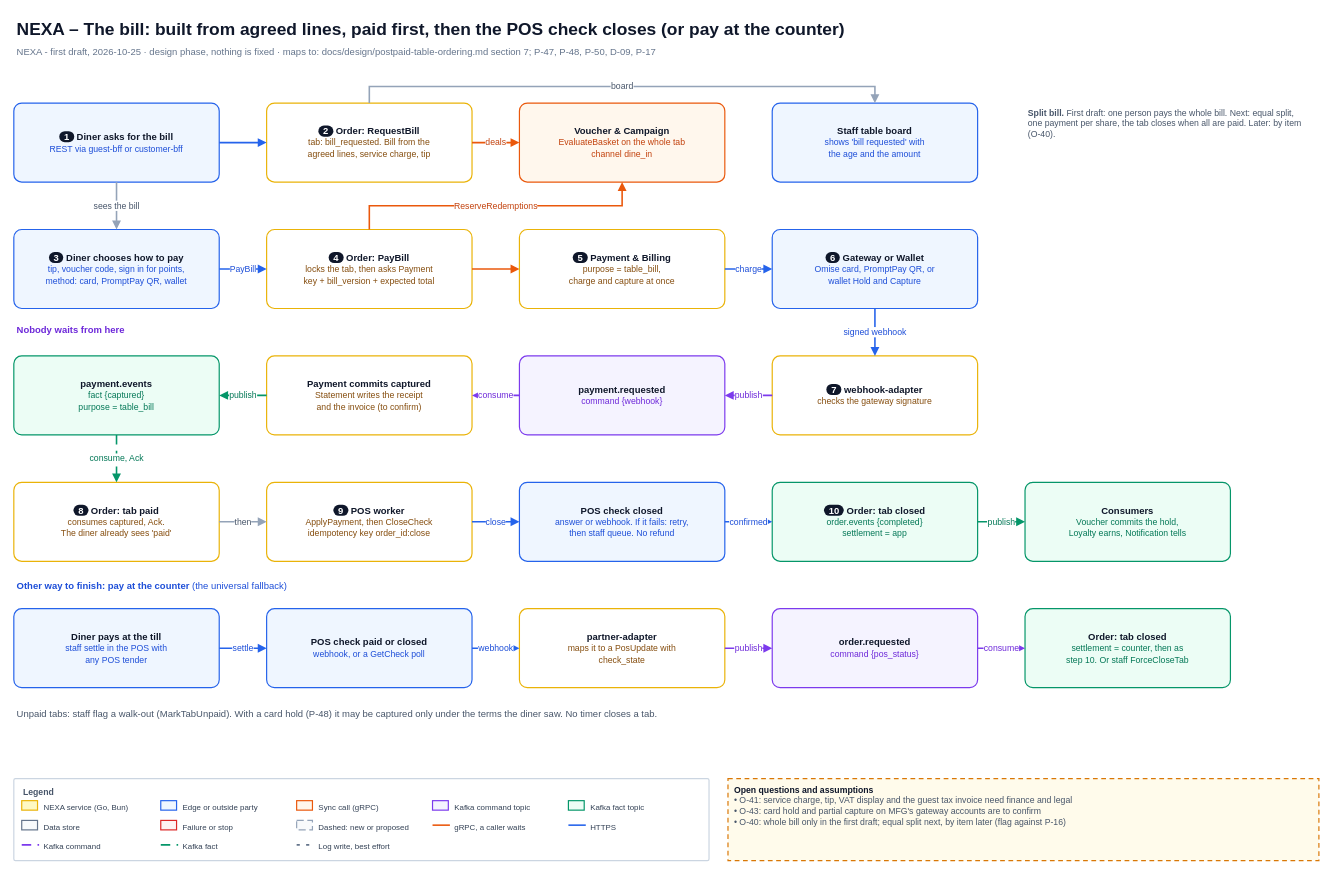
Before: page "4 Ask for the bill and pay at the end" (4 of 6) of diagrams/13-postpaid-table-ordering.drawio in Leakageonthelamp/nexa-platform-achitecture, a draw.io diagram. Source tidied: cells renumbered, new cells numbered last; positions are measured from the earlier drawing's top-left corner, leaving out a move shared by most shapes. Both pictures are drawn from the tidied source at 79%, with x=0, y=0 at pixel (13, 13).
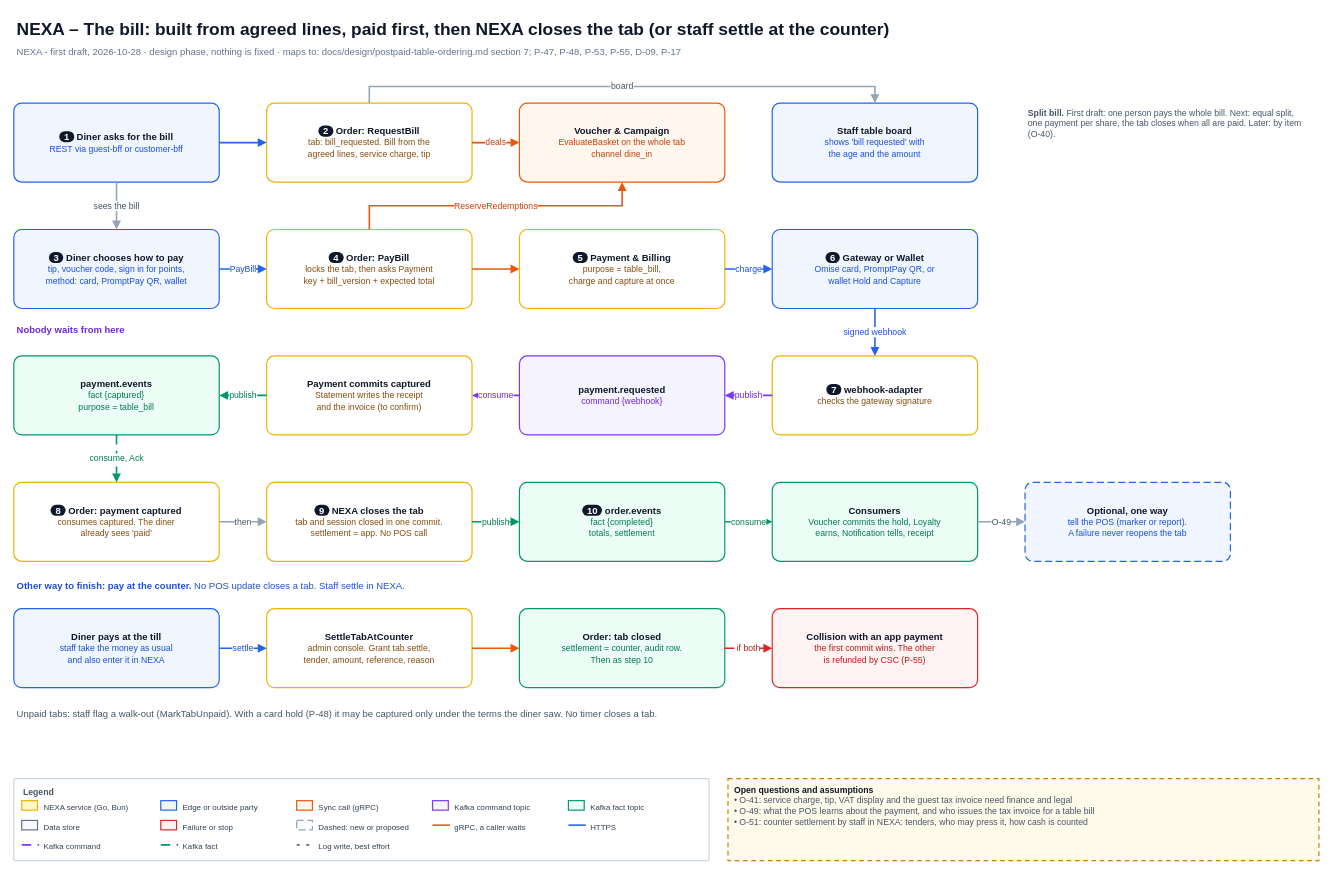
The same page after the edit.

Diff of the diagram source:
```diff
@@
-    <mxCell id="2" value="NEXA &amp;#8211; The bill: built from agreed lines, paid first, then the POS check closes (or pay at the counter)" style="html=1;whiteSpace=wrap;fontFamily=Helvetica;text;strokeColor=none;fillColor=none;align=left;verticalAlign=top;fontSize=22;fontColor=#0F172A;spacingLeft=2;spacingRight=2;spacingTop=0;spacingBottom=0;fontStyle=1;" parent="1" vertex="1">
+    <mxCell id="2" value="NEXA &amp;#8211; The bill: built from agreed lines, paid first, then NEXA closes the tab (or staff settle at the counter)" style="html=1;whiteSpace=wrap;fontFamily=Helvetica;text;strokeColor=none;fillColor=none;align=left;verticalAlign=top;fontSize=22;fontColor=#0F172A;spacingLeft=2;spacingRight=2;spacingTop=0;spacingBottom=0;fontStyle=1;" parent="1" vertex="1">
       <mxGeometry width="1652" height="32" as="geometry" />
     </mxCell>
-    <mxCell id="3" value="NEXA - first draft, 2026-10-25 &amp;#183; design phase, nothing is fixed &amp;#183; maps to: docs/design/postpaid-table-ordering.md section 7; P-47, P-48, P-50, D-09, P-17" style="html=1;whiteSpace=wrap;fontFamily=Helvetica;text;strokeColor=none;fillColor=none;align=left;verticalAlign=top;fontSize=12;fontColor=#64748B;spacingLeft=2;spacingRight=2;spacingTop=0;spacingBottom=0;" parent="1" vertex="1">
+    <mxCell id="3" value="NEXA - first draft, 2026-10-28 &amp;#183; design phase, nothing is fixed &amp;#183; maps to: docs/design/postpaid-table-ordering.md section 7; P-47, P-48, P-53, P-55, D-09, P-17" style="html=1;whiteSpace=wrap;fontFamily=Helvetica;text;strokeColor=none;fillColor=none;align=left;verticalAlign=top;fontSize=12;fontColor=#64748B;spacingLeft=2;spacingRight=2;spacingTop=0;spacingBottom=0;" parent="1" vertex="1">
       <mxGeometry y="34" width="1652" height="22" as="geometry" />
     </mxCell>
@@
-    <mxCell id="31" value="&lt;b&gt;Open questions and assumptions&lt;/b&gt;&lt;br&gt;&lt;font style=&quot;font-size:11px&quot; color=&quot;#475569&quot;&gt;&amp;#8226; O-41: service charge, tip, VAT display and the guest tax invoice need finance and legal&lt;br&gt;&amp;#8226; O-43: card hold and partial capture on MFG's gateway accounts are to confirm&lt;br&gt;&amp;#8226; O-40: whole bill only in the first draft; equal split next, by item later (flag against P-16)&lt;/font&gt;" style="html=1;whiteSpace=wrap;fontFamily=Helvetica;rounded=0;fontSize=11;fontColor=#0F172A;strokeColor=#CBD5E1;fillColor=#FFFFFF;strokeWidth=1.5;align=left;verticalAlign=top;spacingLeft=6;spacingRight=6;spacingTop=2;spacingBottom=2;dashed=1;dashPattern=4 3;fillColor=#FFFBEB;strokeColor=#D97706;" parent="1" vertex="1">
+    <mxCell id="31" value="&lt;b&gt;Open questions and assumptions&lt;/b&gt;&lt;br&gt;&lt;font style=&quot;font-size:11px&quot; color=&quot;#475569&quot;&gt;&amp;#8226; O-41: service charge, tip, VAT display and the guest tax invoice need finance and legal&lt;br&gt;&amp;#8226; O-49: what the POS learns about the payment, and who issues the tax invoice for a table bill&lt;br&gt;&amp;#8226; O-51: counter settlement by staff in NEXA: tenders, who may press it, how cash is counted&lt;/font&gt;" style="html=1;whiteSpace=wrap;fontFamily=Helvetica;rounded=0;fontSize=11;fontColor=#0F172A;strokeColor=#CBD5E1;fillColor=#FFFFFF;strokeWidth=1.5;align=left;verticalAlign=top;spacingLeft=6;spacingRight=6;spacingTop=2;spacingBottom=2;dashed=1;dashPattern=4 3;fillColor=#FFFBEB;strokeColor=#D97706;" parent="1" vertex="1">
       <mxGeometry x="904" y="968" width="748" height="104" as="geometry" />
     </mxCell>
@@
-    <mxCell id="57" value="&lt;b style=&quot;background-color:#0F172A;color:#FFFFFF;border-radius:9px;padding:0px 6px;&quot;&gt;8&lt;/b&gt;&amp;nbsp;&lt;b&gt;Order: tab paid&lt;/b&gt;&lt;br&gt;&lt;font style=&quot;font-size:11px&quot; color=&quot;#854D0E&quot;&gt;consumes captured, Ack.&lt;/font&gt;&lt;br&gt;&lt;font style=&quot;font-size:11px&quot; color=&quot;#854D0E&quot;&gt;The diner already sees 'paid'&lt;/font&gt;" style="html=1;whiteSpace=wrap;fontFamily=Helvetica;rounded=1;arcSize=10;fontSize=12;fontColor=#0F172A;strokeColor=#EAB308;fillColor=#FFFFFF;strokeWidth=1.5;align=center;verticalAlign=middle;spacingLeft=6;spacingRight=6;spacingTop=2;spacingBottom=2;" parent="1" vertex="1">
+    <mxCell id="57" value="&lt;b style=&quot;background-color:#0F172A;color:#FFFFFF;border-radius:9px;padding:0px 6px;&quot;&gt;8&lt;/b&gt;&amp;nbsp;&lt;b&gt;Order: payment captured&lt;/b&gt;&lt;br&gt;&lt;font style=&quot;font-size:11px&quot; color=&quot;#854D0E&quot;&gt;consumes captured. The diner&lt;/font&gt;&lt;br&gt;&lt;font style=&quot;font-size:11px&quot; color=&quot;#854D0E&quot;&gt;already sees 'paid'&lt;/font&gt;" style="html=1;whiteSpace=wrap;fontFamily=Helvetica;rounded=1;arcSize=10;fontSize=12;fontColor=#0F172A;strokeColor=#EAB308;fillColor=#FFFFFF;strokeWidth=1.5;align=center;verticalAlign=middle;spacingLeft=6;spacingRight=6;spacingTop=2;spacingBottom=2;" parent="1" vertex="1">
       <mxGeometry y="593" width="260" height="100" as="geometry" />
     </mxCell>
-    <mxCell id="58" value="&lt;b style=&quot;background-color:#0F172A;color:#FFFFFF;border-radius:9px;padding:0px 6px;&quot;&gt;9&lt;/b&gt;&amp;nbsp;&lt;b&gt;POS worker&lt;/b&gt;&lt;br&gt;&lt;font style=&quot;font-size:11px&quot; color=&quot;#854D0E&quot;&gt;ApplyPayment, then CloseCheck&lt;/font&gt;&lt;br&gt;&lt;font style=&quot;font-size:11px&quot; color=&quot;#854D0E&quot;&gt;idempotency key order_id:close&lt;/font&gt;" style="html=1;whiteSpace=wrap;fontFamily=Helvetica;rounded=1;arcSize=10;fontSize=12;fontColor=#0F172A;strokeColor=#EAB308;fillColor=#FFFFFF;strokeWidth=1.5;align=center;verticalAlign=middle;spacingLeft=6;spacingRight=6;spacingTop=2;spacingBottom=2;" parent="1" vertex="1">
+    <mxCell id="58" value="&lt;b style=&quot;background-color:#0F172A;color:#FFFFFF;border-radius:9px;padding:0px 6px;&quot;&gt;9&lt;/b&gt;&amp;nbsp;&lt;b&gt;NEXA closes the tab&lt;/b&gt;&lt;br&gt;&lt;font style=&quot;font-size:11px&quot; color=&quot;#854D0E&quot;&gt;tab and session closed in one commit.&lt;/font&gt;&lt;br&gt;&lt;font style=&quot;font-size:11px&quot; color=&quot;#854D0E&quot;&gt;settlement = app. No POS call&lt;/font&gt;" style="html=1;whiteSpace=wrap;fontFamily=Helvetica;rounded=1;arcSize=10;fontSize=12;fontColor=#0F172A;strokeColor=#EAB308;fillColor=#FFFFFF;strokeWidth=1.5;align=center;verticalAlign=middle;spacingLeft=6;spacingRight=6;spacingTop=2;spacingBottom=2;" parent="1" vertex="1">
       <mxGeometry x="320" y="593" width="260" height="100" as="geometry" />
     </mxCell>
-    <mxCell id="59" value="&lt;b&gt;POS check closed&lt;/b&gt;&lt;br&gt;&lt;font style=&quot;font-size:11px&quot; color=&quot;#1D4ED8&quot;&gt;answer or webhook. If it fails: retry,&lt;/font&gt;&lt;br&gt;&lt;font style=&quot;font-size:11px&quot; color=&quot;#1D4ED8&quot;&gt;then staff queue. No refund&lt;/font&gt;" style="html=1;whiteSpace=wrap;fontFamily=Helvetica;rounded=1;arcSize=10;fontSize=12;fontColor=#0F172A;strokeColor=#2563EB;fillColor=#EFF6FF;strokeWidth=1.5;align=center;verticalAlign=middle;spacingLeft=6;spacingRight=6;spacingTop=2;spacingBottom=2;" parent="1" vertex="1">
+    <mxCell id="59" value="&lt;b style=&quot;background-color:#0F172A;color:#FFFFFF;border-radius:9px;padding:0px 6px;&quot;&gt;10&lt;/b&gt;&amp;nbsp;&lt;b&gt;order.events&lt;/b&gt;&lt;br&gt;&lt;font style=&quot;font-size:11px&quot; color=&quot;#047857&quot;&gt;fact {completed}&lt;/font&gt;&lt;br&gt;&lt;font style=&quot;font-size:11px&quot; color=&quot;#047857&quot;&gt;totals, settlement&lt;/font&gt;" style="html=1;whiteSpace=wrap;fontFamily=Helvetica;rounded=1;arcSize=10;fontSize=12;fontColor=#0F172A;strokeColor=#059669;fillColor=#ECFDF5;strokeWidth=1.5;align=center;verticalAlign=middle;spacingLeft=6;spacingRight=6;spacingTop=2;spacingBottom=2;" parent="1" vertex="1">
       <mxGeometry x="640" y="593" width="260" height="100" as="geometry" />
     </mxCell>
-    <mxCell id="60" value="&lt;b style=&quot;background-color:#0F172A;color:#FFFFFF;border-radius:9px;padding:0px 6px;&quot;&gt;10&lt;/b&gt;&amp;nbsp;&lt;b&gt;Order: tab closed&lt;/b&gt;&lt;br&gt;&lt;font style=&quot;font-size:11px&quot; color=&quot;#047857&quot;&gt;order.events {completed}&lt;/font&gt;&lt;br&gt;&lt;font style=&quot;font-size:11px&quot; color=&quot;#047857&quot;&gt;settlement = app&lt;/font&gt;" style="html=1;whiteSpace=wrap;fontFamily=Helvetica;rounded=1;arcSize=10;fontSize=12;fontColor=#0F172A;strokeColor=#059669;fillColor=#ECFDF5;strokeWidth=1.5;align=center;verticalAlign=middle;spacingLeft=6;spacingRight=6;spacingTop=2;spacingBottom=2;" parent="1" vertex="1">
+    <mxCell id="60" value="&lt;b&gt;Consumers&lt;/b&gt;&lt;br&gt;&lt;font style=&quot;font-size:11px&quot; color=&quot;#047857&quot;&gt;Voucher commits the hold, Loyalty&lt;/font&gt;&lt;br&gt;&lt;font style=&quot;font-size:11px&quot; color=&quot;#047857&quot;&gt;earns, Notification tells, receipt&lt;/font&gt;" style="html=1;whiteSpace=wrap;fontFamily=Helvetica;rounded=1;arcSize=10;fontSize=12;fontColor=#0F172A;strokeColor=#059669;fillColor=#ECFDF5;strokeWidth=1.5;align=center;verticalAlign=middle;spacingLeft=6;spacingRight=6;spacingTop=2;spacingBottom=2;" parent="1" vertex="1">
       <mxGeometry x="960" y="593" width="260" height="100" as="geometry" />
     </mxCell>
-    <mxCell id="61" value="&lt;b&gt;Consumers&lt;/b&gt;&lt;br&gt;&lt;font style=&quot;font-size:11px&quot; color=&quot;#047857&quot;&gt;Voucher commits the hold,&lt;/font&gt;&lt;br&gt;&lt;font style=&quot;font-size:11px&quot; color=&quot;#047857&quot;&gt;Loyalty earns, Notification tells&lt;/font&gt;" style="html=1;whiteSpace=wrap;fontFamily=Helvetica;rounded=1;arcSize=10;fontSize=12;fontColor=#0F172A;strokeColor=#059669;fillColor=#ECFDF5;strokeWidth=1.5;align=center;verticalAlign=middle;spacingLeft=6;spacingRight=6;spacingTop=2;spacingBottom=2;" parent="1" vertex="1">
-      <mxGeometry x="1280" y="593" width="260" height="100" as="geometry" />
-    </mxCell>
@@
-    <mxCell id="64" value="close" style="edgeStyle=orthogonalEdgeStyle;rounded=0;html=1;fontFamily=Helvetica;fontSize=11;fontColor=#1D4ED8;strokeColor=#2563EB;strokeWidth=2;endArrow=block;endFill=1;endSize=6;labelBackgroundColor=#FFFFFF;exitX=1.0000;exitY=0.5000;exitDx=0;exitDy=0;entryX=0.0000;entryY=0.5000;entryDx=0;entryDy=0;jettySize=auto;" parent="1" edge="1" source="58" target="59">
+    <mxCell id="64" value="publish" style="edgeStyle=orthogonalEdgeStyle;rounded=0;html=1;fontFamily=Helvetica;fontSize=11;fontColor=#047857;strokeColor=#059669;strokeWidth=2;endArrow=block;endFill=1;endSize=6;labelBackgroundColor=#FFFFFF;exitX=1.0000;exitY=0.5000;exitDx=0;exitDy=0;entryX=0.0000;entryY=0.5000;entryDx=0;entryDy=0;jettySize=auto;dashed=1;dashPattern=6 4;" parent="1" edge="1" source="58" target="59">
       <mxGeometry relative="1" as="geometry" />
     </mxCell>
-    <mxCell id="65" value="confirmed" style="edgeStyle=orthogonalEdgeStyle;rounded=0;html=1;fontFamily=Helvetica;fontSize=11;fontColor=#1D4ED8;strokeColor=#2563EB;strokeWidth=2;endArrow=block;endFill=1;endSize=6;labelBackgroundColor=#FFFFFF;exitX=1.0000;exitY=0.5000;exitDx=0;exitDy=0;entryX=0.0000;entryY=0.5000;entryDx=0;entryDy=0;jettySize=auto;" parent="1" edge="1" source="59" target="60">
+    <mxCell id="65" value="consume" style="edgeStyle=orthogonalEdgeStyle;rounded=0;html=1;fontFamily=Helvetica;fontSize=11;fontColor=#047857;strokeColor=#059669;strokeWidth=2;endArrow=block;endFill=1;endSize=6;labelBackgroundColor=#FFFFFF;exitX=1.0000;exitY=0.5000;exitDx=0;exitDy=0;entryX=0.0000;entryY=0.5000;entryDx=0;entryDy=0;jettySize=auto;dashed=1;dashPattern=6 4;" parent="1" edge="1" source="59" target="60">
       <mxGeometry relative="1" as="geometry" />
     </mxCell>
+    <mxCell id="61" value="&lt;b&gt;Optional, one way&lt;/b&gt;&lt;br&gt;&lt;font style=&quot;font-size:11px&quot; color=&quot;#1D4ED8&quot;&gt;tell the POS (marker or report).&lt;/font&gt;&lt;br&gt;&lt;font style=&quot;font-size:11px&quot; color=&quot;#1D4ED8&quot;&gt;A failure never reopens the tab&lt;/font&gt;" style="html=1;whiteSpace=wrap;fontFamily=Helvetica;rounded=1;arcSize=10;fontSize=12;fontColor=#0F172A;strokeColor=#2563EB;fillColor=#EFF6FF;strokeWidth=1.5;align=center;verticalAlign=middle;spacingLeft=6;spacingRight=6;spacingTop=2;spacingBottom=2;dashed=1;dashPattern=6 3;" parent="1" vertex="1">
+      <mxGeometry x="1280" y="593" width="260" height="100" as="geometry" />
+    </mxCell>
-    <mxCell id="66" value="publish" style="edgeStyle=orthogonalEdgeStyle;rounded=0;html=1;fontFamily=Helvetica;fontSize=11;fontColor=#047857;strokeColor=#059669;strokeWidth=2;endArrow=block;endFill=1;endSize=6;labelBackgroundColor=#FFFFFF;exitX=1.0000;exitY=0.5000;exitDx=0;exitDy=0;entryX=0.0000;entryY=0.5000;entryDx=0;entryDy=0;jettySize=auto;dashed=1;dashPattern=6 4;" parent="1" edge="1" source="60" target="61">
+    <mxCell id="66" value="O-49" style="edgeStyle=orthogonalEdgeStyle;rounded=0;html=1;fontFamily=Helvetica;fontSize=11;fontColor=#475569;strokeColor=#94A3B8;strokeWidth=2;endArrow=block;endFill=1;endSize=6;labelBackgroundColor=#FFFFFF;exitX=1.0000;exitY=0.5000;exitDx=0;exitDy=0;entryX=0.0000;entryY=0.5000;entryDx=0;entryDy=0;jettySize=auto;dashed=1;dashPattern=True;" parent="1" edge="1" source="60" target="61">
       <mxGeometry relative="1" as="geometry" />
     </mxCell>
-    <mxCell id="67" value="&lt;b&gt;Other way to finish: pay at the counter&lt;/b&gt; (the universal fallback)" style="html=1;whiteSpace=wrap;fontFamily=Helvetica;text;strokeColor=none;fillColor=none;align=left;verticalAlign=top;fontSize=12;fontColor=#1D4ED8;spacingLeft=2;spacingRight=2;spacingTop=0;spacingBottom=0;" parent="1" vertex="1">
-      <mxGeometry y="710" width="700" height="22" as="geometry" />
+    <mxCell id="67" value="&lt;b&gt;Other way to finish: pay at the counter.&lt;/b&gt; No POS update closes a tab. Staff settle in NEXA." style="html=1;whiteSpace=wrap;fontFamily=Helvetica;text;strokeColor=none;fillColor=none;align=left;verticalAlign=top;fontSize=12;fontColor=#1D4ED8;spacingLeft=2;spacingRight=2;spacingTop=0;spacingBottom=0;" parent="1" vertex="1">
+      <mxGeometry y="710" width="900" height="22" as="geometry" />
     </mxCell>
-    <mxCell id="68" value="&lt;b&gt;Diner pays at the till&lt;/b&gt;&lt;br&gt;&lt;font style=&quot;font-size:11px&quot; color=&quot;#1D4ED8&quot;&gt;staff settle in the POS with&lt;/font&gt;&lt;br&gt;&lt;font style=&quot;font-size:11px&quot; color=&quot;#1D4ED8&quot;&gt;any POS tender&lt;/font&gt;" style="html=1;whiteSpace=wrap;fontFamily=Helvetica;rounded=1;arcSize=10;fontSize=12;fontColor=#0F172A;strokeColor=#2563EB;fillColor=#EFF6FF;strokeWidth=1.5;align=center;verticalAlign=middle;spacingLeft=6;spacingRight=6;spacingTop=2;spacingBottom=2;" parent="1" vertex="1">
+    <mxCell id="68" value="&lt;b&gt;Diner pays at the till&lt;/b&gt;&lt;br&gt;&lt;font style=&quot;font-size:11px&quot; color=&quot;#1D4ED8&quot;&gt;staff take the money as usual&lt;/font&gt;&lt;br&gt;&lt;font style=&quot;font-size:11px&quot; color=&quot;#1D4ED8&quot;&gt;and also enter it in NEXA&lt;/font&gt;" style="html=1;whiteSpace=wrap;fontFamily=Helvetica;rounded=1;arcSize=10;fontSize=12;fontColor=#0F172A;strokeColor=#2563EB;fillColor=#EFF6FF;strokeWidth=1.5;align=center;verticalAlign=middle;spacingLeft=6;spacingRight=6;spacingTop=2;spacingBottom=2;" parent="1" vertex="1">
       <mxGeometry y="753" width="260" height="100" as="geometry" />
     </mxCell>
-    <mxCell id="69" value="&lt;b&gt;POS check paid or closed&lt;/b&gt;&lt;br&gt;&lt;font style=&quot;font-size:11px&quot; color=&quot;#1D4ED8&quot;&gt;webhook, or a GetCheck poll&lt;/font&gt;" style="html=1;whiteSpace=wrap;fontFamily=Helvetica;rounded=1;arcSize=10;fontSize=12;fontColor=#0F172A;strokeColor=#2563EB;fillColor=#EFF6FF;strokeWidth=1.5;align=center;verticalAlign=middle;spacingLeft=6;spacingRight=6;spacingTop=2;spacingBottom=2;" parent="1" vertex="1">
+    <mxCell id="69" value="&lt;b&gt;SettleTabAtCounter&lt;/b&gt;&lt;br&gt;&lt;font style=&quot;font-size:11px&quot; color=&quot;#854D0E&quot;&gt;admin console. Grant tab.settle,&lt;/font&gt;&lt;br&gt;&lt;font style=&quot;font-size:11px&quot; color=&quot;#854D0E&quot;&gt;tender, amount, reference, reason&lt;/font&gt;" style="html=1;whiteSpace=wrap;fontFamily=Helvetica;rounded=1;arcSize=10;fontSize=12;fontColor=#0F172A;strokeColor=#EAB308;fillColor=#FFFFFF;strokeWidth=1.5;align=center;verticalAlign=middle;spacingLeft=6;spacingRight=6;spacingTop=2;spacingBottom=2;" parent="1" vertex="1">
       <mxGeometry x="320" y="753" width="260" height="100" as="geometry" />
     </mxCell>
-    <mxCell id="70" value="&lt;b&gt;partner-adapter&lt;/b&gt;&lt;br&gt;&lt;font style=&quot;font-size:11px&quot; color=&quot;#854D0E&quot;&gt;maps it to a PosUpdate with&lt;/font&gt;&lt;br&gt;&lt;font style=&quot;font-size:11px&quot; color=&quot;#854D0E&quot;&gt;check_state&lt;/font&gt;" style="html=1;whiteSpace=wrap;fontFamily=Helvetica;rounded=1;arcSize=10;fontSize=12;fontColor=#0F172A;strokeColor=#EAB308;fillColor=#FFFFFF;strokeWidth=1.5;align=center;verticalAlign=middle;spacingLeft=6;spacingRight=6;spacingTop=2;spacingBottom=2;" parent="1" vertex="1">
+    <mxCell id="70" value="&lt;b&gt;Order: tab closed&lt;/b&gt;&lt;br&gt;&lt;font style=&quot;font-size:11px&quot; color=&quot;#047857&quot;&gt;settlement = counter, audit row.&lt;/font&gt;&lt;br&gt;&lt;font style=&quot;font-size:11px&quot; color=&quot;#047857&quot;&gt;Then as step 10&lt;/font&gt;" style="html=1;whiteSpace=wrap;fontFamily=Helvetica;rounded=1;arcSize=10;fontSize=12;fontColor=#0F172A;strokeColor=#059669;fillColor=#ECFDF5;strokeWidth=1.5;align=center;verticalAlign=middle;spacingLeft=6;spacingRight=6;spacingTop=2;spacingBottom=2;" parent="1" vertex="1">
       <mxGeometry x="640" y="753" width="260" height="100" as="geometry" />
     </mxCell>
-    <mxCell id="71" value="&lt;b&gt;order.requested&lt;/b&gt;&lt;br&gt;&lt;font style=&quot;font-size:11px&quot; color=&quot;#6D28D9&quot;&gt;command {pos_status}&lt;/font&gt;" style="html=1;whiteSpace=wrap;fontFamily=Helvetica;rounded=1;arcSize=10;fontSize=12;fontColor=#0F172A;strokeColor=#7C3AED;fillColor=#F5F3FF;strokeWidth=1.5;align=center;verticalAlign=middle;spacingLeft=6;spacingRight=6;spacingTop=2;spacingBottom=2;" parent="1" vertex="1">
+    <mxCell id="71" value="&lt;b&gt;Collision with an app payment&lt;/b&gt;&lt;br&gt;&lt;font style=&quot;font-size:11px&quot; color=&quot;#B91C1C&quot;&gt;the first commit wins. The other&lt;/font&gt;&lt;br&gt;&lt;font style=&quot;font-size:11px&quot; color=&quot;#B91C1C&quot;&gt;is refunded by CSC (P-55)&lt;/font&gt;" style="html=1;whiteSpace=wrap;fontFamily=Helvetica;rounded=1;arcSize=10;fontSize=12;fontColor=#0F172A;strokeColor=#DC2626;fillColor=#FEF2F2;strokeWidth=1.5;align=center;verticalAlign=middle;spacingLeft=6;spacingRight=6;spacingTop=2;spacingBottom=2;" parent="1" vertex="1">
       <mxGeometry x="960" y="753" width="260" height="100" as="geometry" />
     </mxCell>
-    <mxCell id="72" value="&lt;b&gt;Order: tab closed&lt;/b&gt;&lt;br&gt;&lt;font style=&quot;font-size:11px&quot; color=&quot;#047857&quot;&gt;settlement = counter, then as&lt;/font&gt;&lt;br&gt;&lt;font style=&quot;font-size:11px&quot; color=&quot;#047857&quot;&gt;step 10. Or staff ForceCloseTab&lt;/font&gt;" style="html=1;whiteSpace=wrap;fontFamily=Helvetica;rounded=1;arcSize=10;fontSize=12;fontColor=#0F172A;strokeColor=#059669;fillColor=#ECFDF5;strokeWidth=1.5;align=center;verticalAlign=middle;spacingLeft=6;spacingRight=6;spacingTop=2;spacingBottom=2;" parent="1" vertex="1">
-      <mxGeometry x="1280" y="753" width="260" height="100" as="geometry" />
-    </mxCell>
@@
-    <mxCell id="74" value="webhook" style="edgeStyle=orthogonalEdgeStyle;rounded=0;html=1;fontFamily=Helvetica;fontSize=11;fontColor=#1D4ED8;strokeColor=#2563EB;strokeWidth=2;endArrow=block;endFill=1;endSize=6;labelBackgroundColor=#FFFFFF;exitX=1.0000;exitY=0.5000;exitDx=0;exitDy=0;entryX=0.0000;entryY=0.5000;entryDx=0;entryDy=0;jettySize=auto;" parent="1" edge="1" source="69" target="70">
+    <mxCell id="74" style="edgeStyle=orthogonalEdgeStyle;rounded=0;html=1;fontFamily=Helvetica;fontSize=11;fontColor=#C2410C;strokeColor=#EA580C;strokeWidth=2;endArrow=block;endFill=1;endSize=6;labelBackgroundColor=#FFFFFF;exitX=1.0000;exitY=0.5000;exitDx=0;exitDy=0;entryX=0.0000;entryY=0.5000;entryDx=0;entryDy=0;jettySize=auto;" parent="1" edge="1" source="69" target="70">
       <mxGeometry relative="1" as="geometry" />
     </mxCell>
-    <mxCell id="75" value="publish" style="edgeStyle=orthogonalEdgeStyle;rounded=0;html=1;fontFamily=Helvetica;fontSize=11;fontColor=#6D28D9;strokeColor=#7C3AED;strokeWidth=2;endArrow=block;endFill=1;endSize=6;labelBackgroundColor=#FFFFFF;exitX=1.0000;exitY=0.5000;exitDx=0;exitDy=0;entryX=0.0000;entryY=0.5000;entryDx=0;entryDy=0;jettySize=auto;dashed=1;dashPattern=6 4;" parent="1" edge="1" source="70" target="71">
+    <mxCell id="75" value="if both" style="edgeStyle=orthogonalEdgeStyle;rounded=0;html=1;fontFamily=Helvetica;fontSize=11;fontColor=#B91C1C;strokeColor=#DC2626;strokeWidth=2;endArrow=block;endFill=1;endSize=6;labelBackgroundColor=#FFFFFF;exitX=1.0000;exitY=0.5000;exitDx=0;exitDy=0;entryX=0.0000;entryY=0.5000;entryDx=0;entryDy=0;jettySize=auto;dashed=1;dashPattern=6 4;" parent="1" edge="1" source="70" target="71">
       <mxGeometry relative="1" as="geometry" />
     </mxCell>
-    <mxCell id="76" value="consume" style="edgeStyle=orthogonalEdgeStyle;rounded=0;html=1;fontFamily=Helvetica;fontSize=11;fontColor=#6D28D9;strokeColor=#7C3AED;strokeWidth=2;endArrow=block;endFill=1;endSize=6;labelBackgroundColor=#FFFFFF;exitX=1.0000;exitY=0.5000;exitDx=0;exitDy=0;entryX=0.0000;entryY=0.5000;entryDx=0;entryDy=0;jettySize=auto;dashed=1;dashPattern=6 4;" parent="1" edge="1" source="71" target="72">
-      <mxGeometry relative="1" as="geometry" />
-    </mxCell>
```
